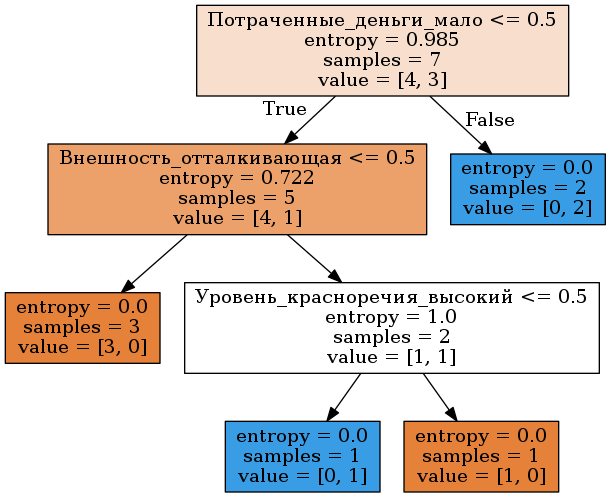
This is img/clf_tree.png from pavelvpster/mlcourse_open, a Graphviz export, as it was before one commit. Its source is kept beside it as img/clf_tree.dot.
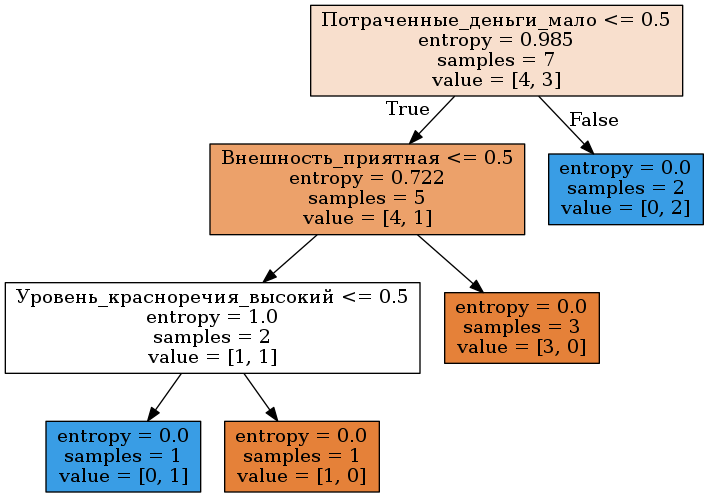
After the change.

Change to the diagram source:
```diff
@@ -1,16 +1,16 @@
 digraph Tree {
 node [shape=box, style="filled", color="black"] ;
 0 [label="Потраченные_деньги_мало <= 0.5\nentropy = 0.985\nsamples = 7\nvalue = [4, 3]", fillcolor="#e5813940"] ;
-1 [label="Внешность_отталкивающая <= 0.5\nentropy = 0.722\nsamples = 5\nvalue = [4, 1]", fillcolor="#e58139bf"] ;
+1 [label="Внешность_приятная <= 0.5\nentropy = 0.722\nsamples = 5\nvalue = [4, 1]", fillcolor="#e58139bf"] ;
 0 -> 1 [labeldistance=2.5, labelangle=45, headlabel="True"] ;
-2 [label="entropy = 0.0\nsamples = 3\nvalue = [3, 0]", fillcolor="#e58139ff"] ;
+2 [label="Уровень_красноречия_высокий <= 0.5\nentropy = 1.0\nsamples = 2\nvalue = [1, 1]", fillcolor="#e5813900"] ;
 1 -> 2 ;
-3 [label="Уровень_красноречия_высокий <= 0.5\nentropy = 1.0\nsamples = 2\nvalue = [1, 1]", fillcolor="#e5813900"] ;
-1 -> 3 ;
-4 [label="entropy = 0.0\nsamples = 1\nvalue = [0, 1]", fillcolor="#399de5ff"] ;
-3 -> 4 ;
-5 [label="entropy = 0.0\nsamples = 1\nvalue = [1, 0]", fillcolor="#e58139ff"] ;
-3 -> 5 ;
+3 [label="entropy = 0.0\nsamples = 1\nvalue = [0, 1]", fillcolor="#399de5ff"] ;
+2 -> 3 ;
+4 [label="entropy = 0.0\nsamples = 1\nvalue = [1, 0]", fillcolor="#e58139ff"] ;
+2 -> 4 ;
+5 [label="entropy = 0.0\nsamples = 3\nvalue = [3, 0]", fillcolor="#e58139ff"] ;
+1 -> 5 ;
 6 [label="entropy = 0.0\nsamples = 2\nvalue = [0, 2]", fillcolor="#399de5ff"] ;
 0 -> 6 [labeldistance=2.5, labelangle=-45, headlabel="False"] ;
 }
```
